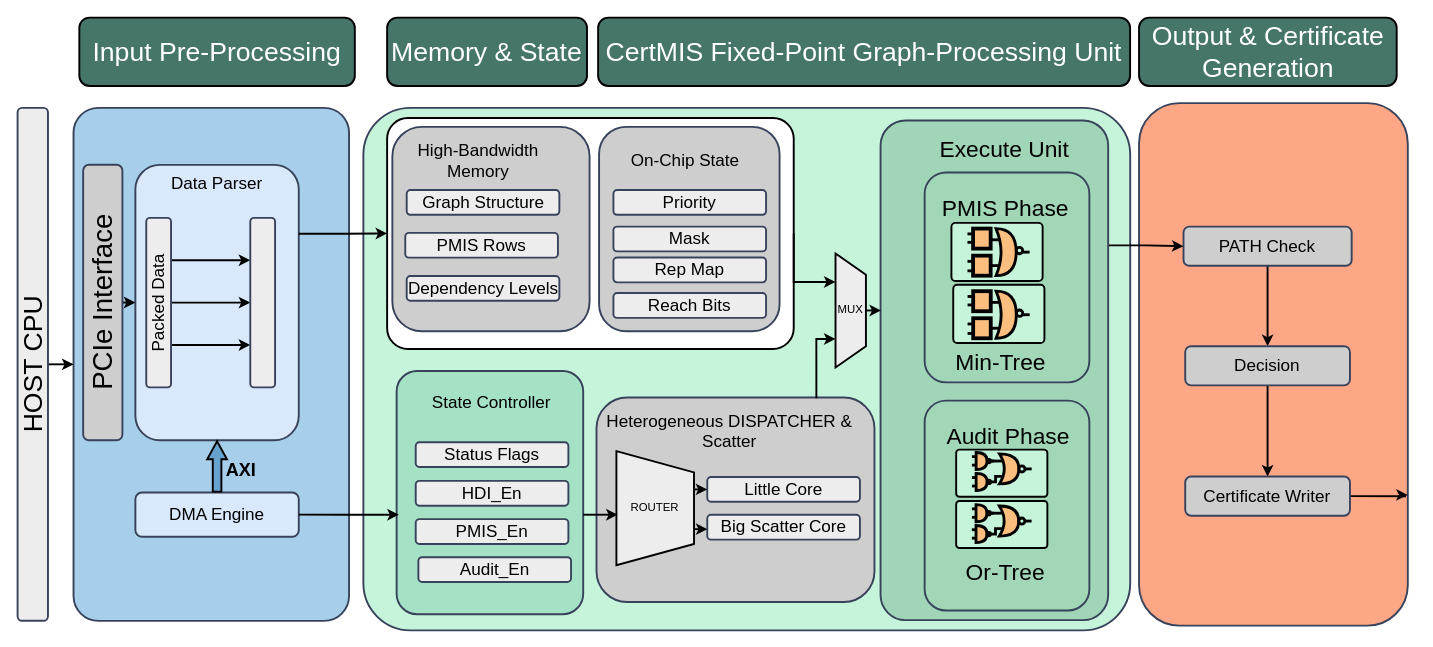
The draw.io diagram all/CertiMIS_datapath.drawio in ZKY6662017/iodraw-files, before the edit. Source tidied: cells renumbered, new cells numbered last; positions are measured from the earlier drawing's top-left corner, leaving out a move shared by most shapes. Both pictures are drawn from the tidied source at 95%, with x=0, y=0 at pixel (-224, 17).
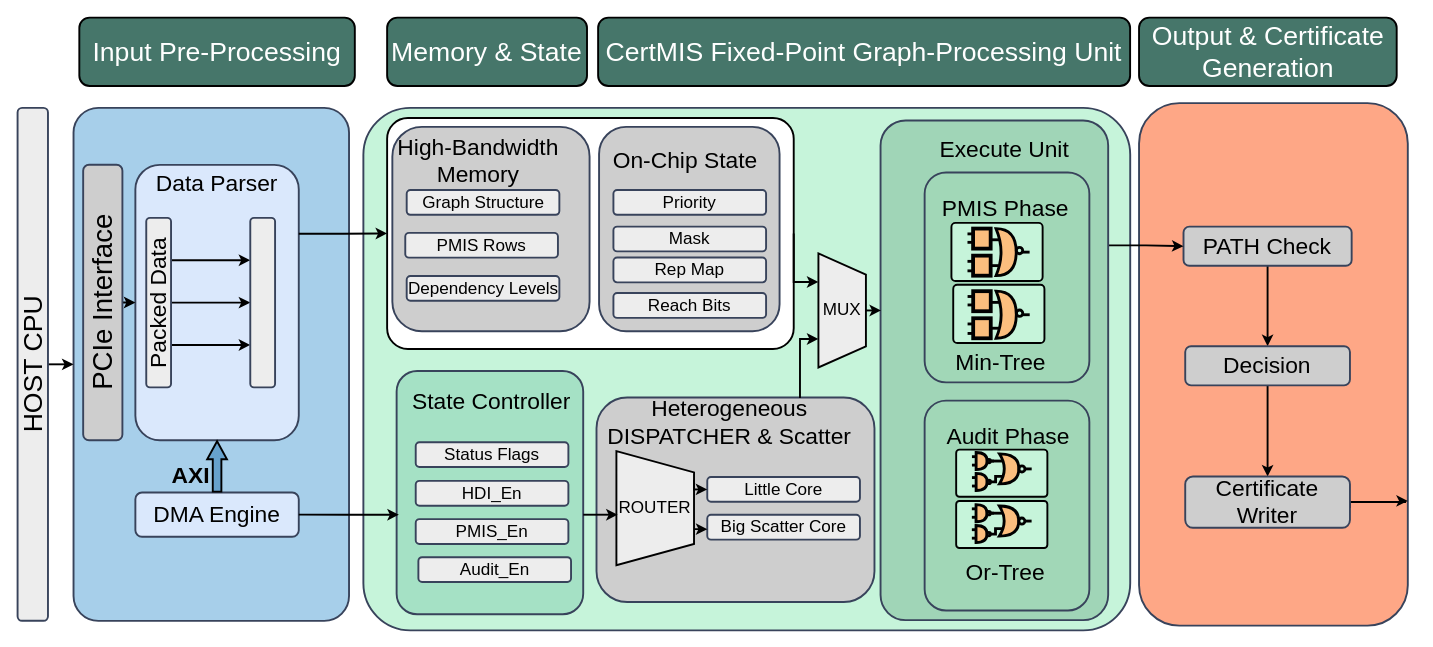
After the change.

Unchanged cells that the change refers to:
```xml
<mxCell id="7" style="rounded=1;whiteSpace=wrap;html=1;strokeColor=light-dark(#38435B,#657284);fillColor=light-dark(#fea786, #1d293b);fontStyle=0;strokeWidth=2;" parent="1" vertex="1">
  <mxGeometry x="1434.5" y="90" width="282.9" height="550" as="geometry" />
</mxCell>
<mxCell id="47" style="rounded=1;whiteSpace=wrap;html=1;strokeColor=light-dark(#38435B,#657284);fillColor=light-dark(#cecece, #1d293b);fontStyle=0;strokeWidth=2;fontSize=15;rotation=0;" parent="1" vertex="1">
  <mxGeometry x="863.4" y="400" width="292.6" height="215.2" as="geometry" />
</mxCell>
```

The edit, as a diff of the source:
```diff
@@
-    <mxCell id="4" value="&lt;font style=&quot;font-size: 18px;&quot;&gt;DMA Engine&lt;/font&gt;" style="rounded=1;whiteSpace=wrap;html=1;strokeColor=light-dark(#38435B,#657284);fillColor=#dae8fc;fontStyle=0;strokeWidth=2;" parent="1" vertex="1">
+    <mxCell id="4" value="&lt;font style=&quot;font-size: 24px;&quot;&gt;DMA Engine&lt;/font&gt;" style="rounded=1;whiteSpace=wrap;html=1;strokeColor=light-dark(#38435B,#657284);fillColor=#dae8fc;fontStyle=0;strokeWidth=2;" parent="1" vertex="1">
       <mxGeometry x="378" y="500" width="172" height="46.5" as="geometry" />
     </mxCell>
@@
-    <mxCell id="9" value="&lt;font style=&quot;font-size: 18px;&quot;&gt;PATH Check&lt;/font&gt;" style="rounded=1;whiteSpace=wrap;html=1;strokeColor=light-dark(#38435B,#657284);fillColor=light-dark(#cecece, #1d293b);fontStyle=0;strokeWidth=2;fontSize=15;rotation=0;" parent="1" vertex="1">
+    <mxCell id="9" value="&lt;font style=&quot;font-size: 24px;&quot;&gt;PATH Check&lt;/font&gt;" style="rounded=1;whiteSpace=wrap;html=1;strokeColor=light-dark(#38435B,#657284);fillColor=light-dark(#cecece, #1d293b);fontStyle=0;strokeWidth=2;fontSize=15;rotation=0;" parent="1" vertex="1">
       <mxGeometry x="1481.3" y="220" width="177" height="41.3" as="geometry" />
     </mxCell>
@@
-    <mxCell id="11" value="&lt;span style=&quot;font-size: 18px;&quot;&gt;Decision&lt;/span&gt;" style="rounded=1;whiteSpace=wrap;html=1;strokeColor=light-dark(#38435B,#657284);fillColor=light-dark(#cecece, #1d293b);fontStyle=0;strokeWidth=2;fontSize=15;rotation=0;" parent="1" vertex="1">
+    <mxCell id="11" value="&lt;font style=&quot;font-size: 24px;&quot;&gt;Decision&lt;/font&gt;" style="rounded=1;whiteSpace=wrap;html=1;strokeColor=light-dark(#38435B,#657284);fillColor=light-dark(#cecece, #1d293b);fontStyle=0;strokeWidth=2;fontSize=15;rotation=0;" parent="1" vertex="1">
       <mxGeometry x="1483.1" y="345.9" width="173.4" height="41.3" as="geometry" />
     </mxCell>
-    <mxCell id="12" style="edgeStyle=orthogonalEdgeStyle;rounded=0;jettySize=auto;html=1;exitX=1;exitY=0.5;exitDx=0;exitDy=0;entryX=1;entryY=0.75;entryDx=0;entryDy=0;strokeWidth=2;" parent="1" edge="1" source="13" target="7">
+    <mxCell id="12" style="edgeStyle=orthogonalEdgeStyle;rounded=0;orthogonalLoop=1;jettySize=auto;html=1;exitX=1;exitY=0.5;exitDx=0;exitDy=0;entryX=1;entryY=0.75;entryDx=0;entryDy=0;strokeWidth=2;" parent="1" edge="1">
       <mxGeometry relative="1" as="geometry">
+        <mxPoint x="1656.5" y="516.3" as="sourcePoint" />
+        <mxPoint x="1717.5" y="508.8" as="targetPoint" />
         <Array as="points">
-          <mxPoint x="1714.5" y="503.7" />
-          <mxPoint x="1714.5" y="502.5" />
+          <mxPoint x="1714.5" y="510" />
+          <mxPoint x="1714.5" y="508.8" />
         </Array>
       </mxGeometry>
     </mxCell>
-    <mxCell id="13" value="&lt;span style=&quot;font-size: 18px;&quot;&gt;Certificate Writer&lt;/span&gt;" style="rounded=1;whiteSpace=wrap;html=1;strokeColor=light-dark(#38435B,#657284);fillColor=light-dark(#cecece, #1d293b);fontStyle=0;strokeWidth=2;fontSize=15;rotation=0;" parent="1" vertex="1">
-      <mxGeometry x="1483.1" y="483.1" width="173.4" height="41.3" as="geometry" />
+    <mxCell id="13" value="&lt;font style=&quot;font-size: 24px;&quot;&gt;Certificate Writer&lt;/font&gt;" style="rounded=1;whiteSpace=wrap;html=1;strokeColor=light-dark(#38435B,#657284);fillColor=light-dark(#cecece, #1d293b);fontStyle=0;strokeWidth=2;fontSize=15;rotation=0;" parent="1" vertex="1">
+      <mxGeometry x="1483.1" y="483.1" width="173.4" height="54" as="geometry" />
     </mxCell>
@@
-    <mxCell id="22" value="&lt;span style=&quot;font-size: 18px;&quot;&gt;Data Parser&lt;/span&gt;" style="rounded=1;whiteSpace=wrap;html=1;strokeColor=none;fillColor=none;fontStyle=0;strokeWidth=2;" parent="1" vertex="1">
+    <mxCell id="22" value="&lt;font style=&quot;font-size: 24px;&quot;&gt;Data Parser&lt;/font&gt;" style="rounded=1;whiteSpace=wrap;html=1;strokeColor=none;fillColor=none;fontStyle=0;strokeWidth=2;" parent="1" vertex="1">
       <mxGeometry x="378" y="155" width="172" height="39" as="geometry" />
     </mxCell>
@@
-    <mxCell id="26" value="Packed Data" style="rounded=1;whiteSpace=wrap;html=1;strokeColor=light-dark(#38435B,#657284);fillColor=light-dark(#ededed, #1d293b);fontStyle=0;strokeWidth=2;fontSize=18;rotation=-90;" parent="1" vertex="1">
+    <mxCell id="26" value="&lt;font style=&quot;font-size: 24px;&quot;&gt;Packed Data&lt;/font&gt;" style="rounded=1;whiteSpace=wrap;html=1;strokeColor=light-dark(#38435B,#657284);fillColor=light-dark(#ededed, #1d293b);fontStyle=0;strokeWidth=2;fontSize=18;rotation=-90;" parent="1" vertex="1">
       <mxGeometry x="313.3" y="287" width="178.4" height="26.1" as="geometry" />
     </mxCell>
@@
-    <mxCell id="29" value="&lt;font style=&quot;font-size: 19px;&quot;&gt;&lt;b style=&quot;&quot;&gt;AXI&lt;/b&gt;&lt;/font&gt;" style="text;html=1;whiteSpace=wrap;strokeColor=none;fillColor=none;align=center;verticalAlign=middle;rounded=0;" parent="1" vertex="1">
-      <mxGeometry x="469" y="461.5" width="40.8" height="30" as="geometry" />
+    <mxCell id="29" value="&lt;font style=&quot;font-size: 24px;&quot;&gt;&lt;b style=&quot;&quot;&gt;AXI&lt;/b&gt;&lt;/font&gt;" style="text;html=1;whiteSpace=wrap;strokeColor=none;fillColor=none;align=center;verticalAlign=middle;rounded=0;" parent="1" vertex="1">
+      <mxGeometry x="415.6" y="466.8" width="40.8" height="30" as="geometry" />
     </mxCell>
@@
-    <mxCell id="32" value="&lt;font style=&quot;font-size: 18px;&quot;&gt;High-Bandwidth Memory&lt;/font&gt;" style="rounded=1;whiteSpace=wrap;html=1;strokeColor=none;fillColor=none;fontStyle=0;strokeWidth=2;fontSize=15;rotation=0;" parent="1" vertex="1">
+    <mxCell id="32" value="&lt;font style=&quot;font-size: 24px;&quot;&gt;High-Bandwidth Memory&lt;/font&gt;" style="rounded=1;whiteSpace=wrap;html=1;strokeColor=none;fillColor=none;fontStyle=0;strokeWidth=2;fontSize=15;rotation=0;" parent="1" vertex="1">
       <mxGeometry x="650.1" y="130.2" width="178.4" height="41.3" as="geometry" />
     </mxCell>
@@
-    <mxCell id="37" value="&lt;font style=&quot;font-size: 18px;&quot;&gt;On-Chip State&lt;/font&gt;" style="rounded=1;whiteSpace=wrap;html=1;strokeColor=none;fillColor=none;fontStyle=0;strokeWidth=2;fontSize=15;rotation=0;" parent="1" vertex="1">
+    <mxCell id="37" value="&lt;font style=&quot;font-size: 24px;&quot;&gt;On-Chip State&lt;/font&gt;" style="rounded=1;whiteSpace=wrap;html=1;strokeColor=none;fillColor=none;fontStyle=0;strokeWidth=2;fontSize=15;rotation=0;" parent="1" vertex="1">
       <mxGeometry x="867.7" y="130.2" width="178.4" height="41.3" as="geometry" />
     </mxCell>
@@
-    <mxCell id="42" value="&lt;font style=&quot;font-size: 18px;&quot;&gt;State Controller&lt;/font&gt;" style="rounded=1;whiteSpace=wrap;html=1;strokeColor=none;fillColor=none;fontStyle=0;strokeWidth=2;arcSize=11;" parent="1" vertex="1">
+    <mxCell id="42" value="&lt;font style=&quot;font-size: 24px;&quot;&gt;State Controller&lt;/font&gt;" style="rounded=1;whiteSpace=wrap;html=1;strokeColor=none;fillColor=none;fontStyle=0;strokeWidth=2;arcSize=11;" parent="1" vertex="1">
       <mxGeometry x="655.2" y="372" width="196.4" height="66.5" as="geometry" />
     </mxCell>
@@
-    <mxCell id="48" value="&lt;span style=&quot;font-size: 18px;&quot;&gt;Heterogeneous DISPATCHER &amp;amp; Scatter&lt;/span&gt;" style="rounded=1;whiteSpace=wrap;html=1;strokeColor=none;fillColor=none;fontStyle=0;strokeWidth=2;fontSize=15;rotation=0;" parent="1" vertex="1">
-      <mxGeometry x="845" y="415.2" width="317.4" height="41.3" as="geometry" />
+    <mxCell id="48" value="&lt;font style=&quot;font-size: 24px;&quot;&gt;Heterogeneous DISPATCHER &amp;amp; Scatter&lt;/font&gt;" style="rounded=1;whiteSpace=wrap;html=1;strokeColor=none;fillColor=none;fontStyle=0;strokeWidth=2;fontSize=15;rotation=0;" parent="1" vertex="1">
+      <mxGeometry x="845" y="405.6" width="317.4" height="41.3" as="geometry" />
     </mxCell>
@@
-    <mxCell id="52" value="ROUTER" style="shape=trapezoid;perimeter=trapezoidPerimeter;whiteSpace=wrap;html=1;shapeInside=1;fixedSize=1;strokeWidth=2;rotation=90;fillColor=light-dark(#ededed, #ededed);gradientColor=none;size=22.29882352941172;verticalAlign=middle;horizontal=0;" parent="1" vertex="1">
+    <mxCell id="52" value="&lt;font style=&quot;font-size: 18px;&quot;&gt;ROUTER&lt;/font&gt;" style="shape=trapezoid;perimeter=trapezoidPerimeter;whiteSpace=wrap;html=1;shapeInside=1;fixedSize=1;strokeWidth=2;rotation=90;fillColor=light-dark(#ededed, #ededed);gradientColor=none;size=22.29882352941172;verticalAlign=middle;horizontal=0;" parent="1" vertex="1">
       <mxGeometry x="865.2" y="475.6" width="120" height="81.7" as="geometry" />
     </mxCell>
@@
-    <mxCell id="56" value="MUX" style="shape=trapezoid;perimeter=trapezoidPerimeter;whiteSpace=wrap;html=1;shapeInside=1;fixedSize=1;strokeWidth=2;rotation=90;fillColor=light-dark(#ededed, #ededed);gradientColor=none;size=22.29882352941172;verticalAlign=middle;horizontal=0;" parent="1" vertex="1">
-      <mxGeometry x="1071" y="292.3" width="120" height="32" as="geometry" />
+    <mxCell id="56" value="&lt;font style=&quot;font-size: 18px;&quot;&gt;MUX&lt;/font&gt;" style="shape=trapezoid;perimeter=trapezoidPerimeter;whiteSpace=wrap;html=1;shapeInside=1;fixedSize=1;strokeWidth=2;rotation=90;fillColor=light-dark(#ededed, #ededed);gradientColor=none;size=22.29882352941172;verticalAlign=middle;horizontal=0;" parent="1" vertex="1">
+      <mxGeometry x="1062" y="283.3" width="120" height="50" as="geometry" />
     </mxCell>
@@
-    <mxCell id="132" style="edgeStyle=orthogonalEdgeStyle;rounded=0;jettySize=auto;html=1;exitX=0.791;exitY=0.003;exitDx=0;exitDy=0;entryX=0.75;entryY=1;entryDx=0;entryDy=0;strokeWidth=2;exitPerimeter=0;" parent="1" edge="1" source="47" target="56">
-      <mxGeometry relative="1" as="geometry" />
+    <mxCell id="132" style="edgeStyle=orthogonalEdgeStyle;rounded=0;jettySize=auto;html=1;exitX=0.732;exitY=0.002;exitDx=0;exitDy=0;entryX=0.75;entryY=1;entryDx=0;entryDy=0;strokeWidth=2;exitPerimeter=0;" parent="1" edge="1" source="47" target="56">
+      <mxGeometry relative="1" as="geometry">
+        <Array as="points">
+          <mxPoint x="1077.6" y="338.3" />
+        </Array>
+      </mxGeometry>
     </mxCell>
```
